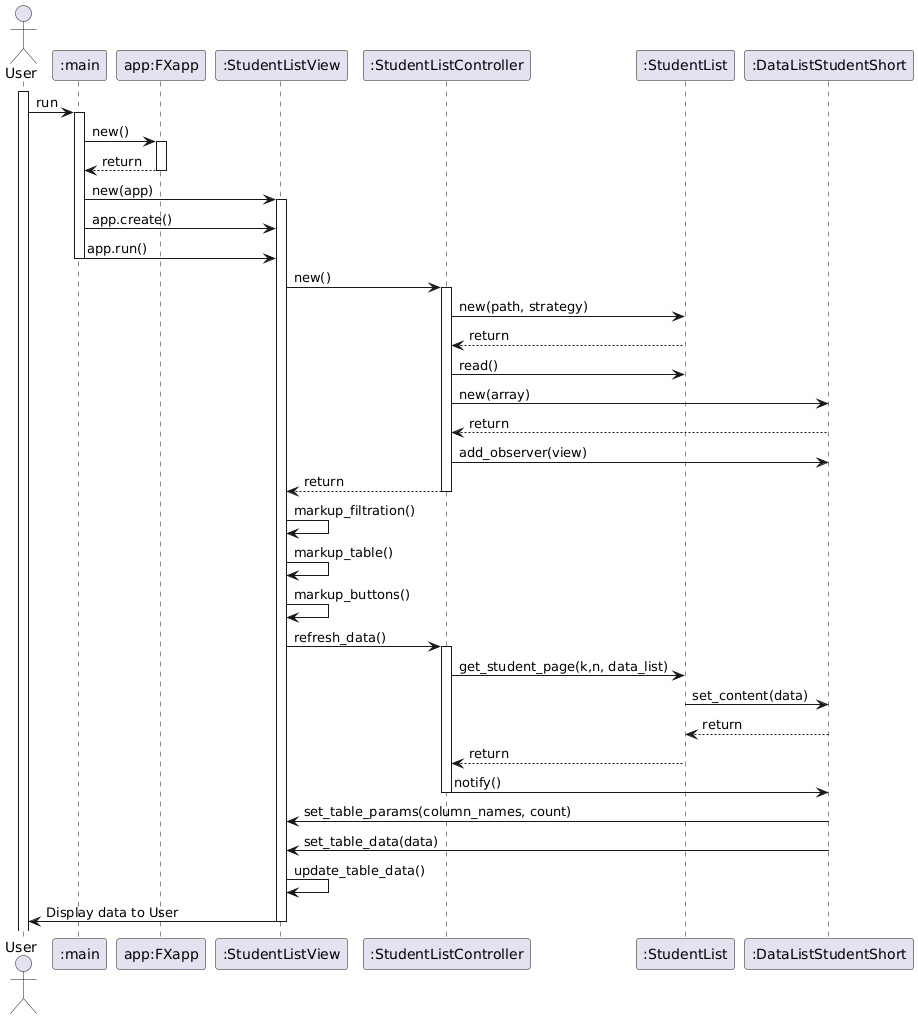
This is students/resources/diagrams/sequence.png from Corray333/design_patterns, a PlantUML export, as it was before one commit. The source it was exported from:
```plantuml
@startuml
actor User as user
participant ":main" as main
participant "app:FXapp" as app
participant ":StudentListView" as view
participant ":StudentListController" as controller
participant ":StudentList" as sl
participant ":DataListStudentShort" as data_list
activate user
user -> main : run
activate main

main -> app : new()
activate app

app --> main : return
deactivate app

main -> view : new(app)
activate view

main -> view : app.create()
main -> view : app.run()
deactivate main

view -> controller : new()
activate controller

controller -> sl: new(path, strategy)
sl --> controller: return
controller -> sl: read()
controller -> data_list: new(array)
data_list --> controller: return
controller -> data_list: add_observer(view)
controller --> view: return
deactivate controller
view -> view: markup_filtration()
view -> view: markup_table()
view -> view: markup_buttons()
view -> controller: refresh_data()
activate controller
controller -> sl: get_student_page(k,n, data_list)
sl -> data_list:set_content(data)
data_list --> sl: return
sl --> controller: return
controller -> data_list: notify()
deactivate controller
data_list -> view: set_table_params(column_names, count)
data_list -> view: set_table_data(data)
view -> view: update_table_data()
view -> user: Display data to User
deactivate view
@enduml
```
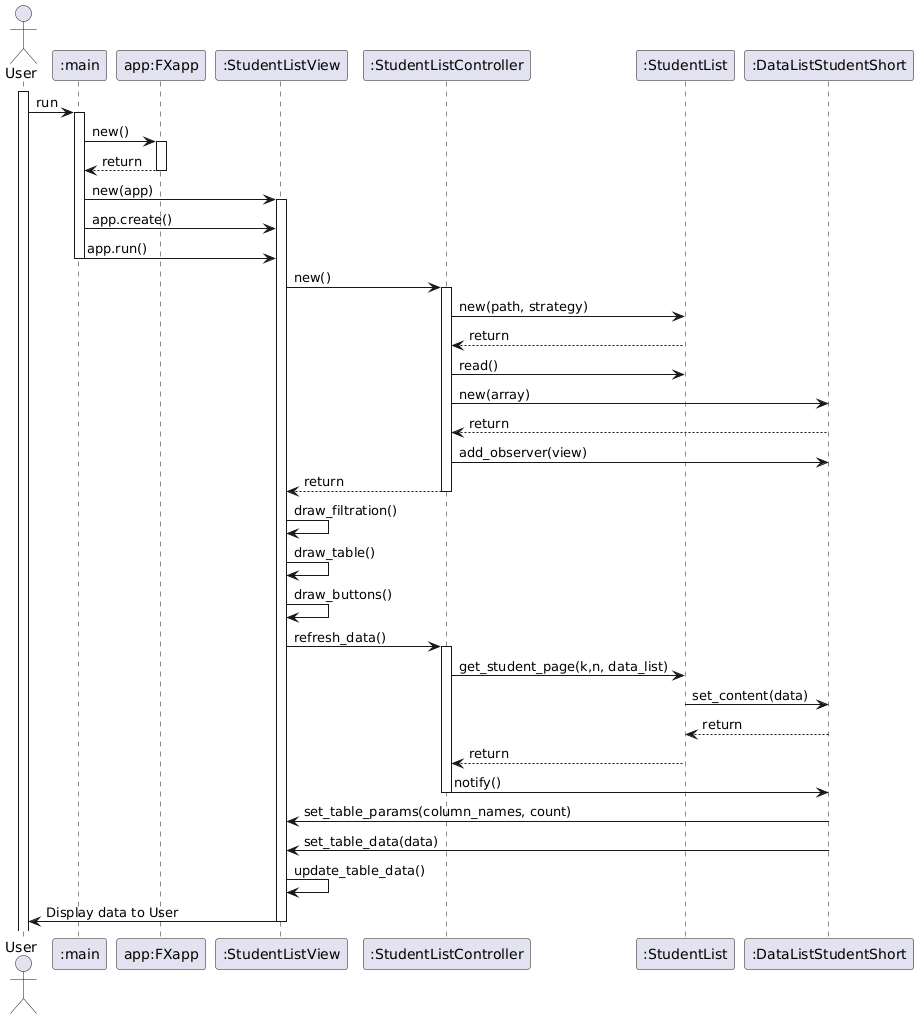
The same diagram one commit later.

What changed in the source:
```diff
@@ -34,9 +34,9 @@
 controller -> data_list: add_observer(view)
 controller --> view: return
 deactivate controller
-view -> view: markup_filtration()
-view -> view: markup_table()
-view -> view: markup_buttons()
+view -> view: draw_filtration()
+view -> view: draw_table()
+view -> view: draw_buttons()
 view -> controller: refresh_data()
 activate controller
 controller -> sl: get_student_page(k,n, data_list)
```
